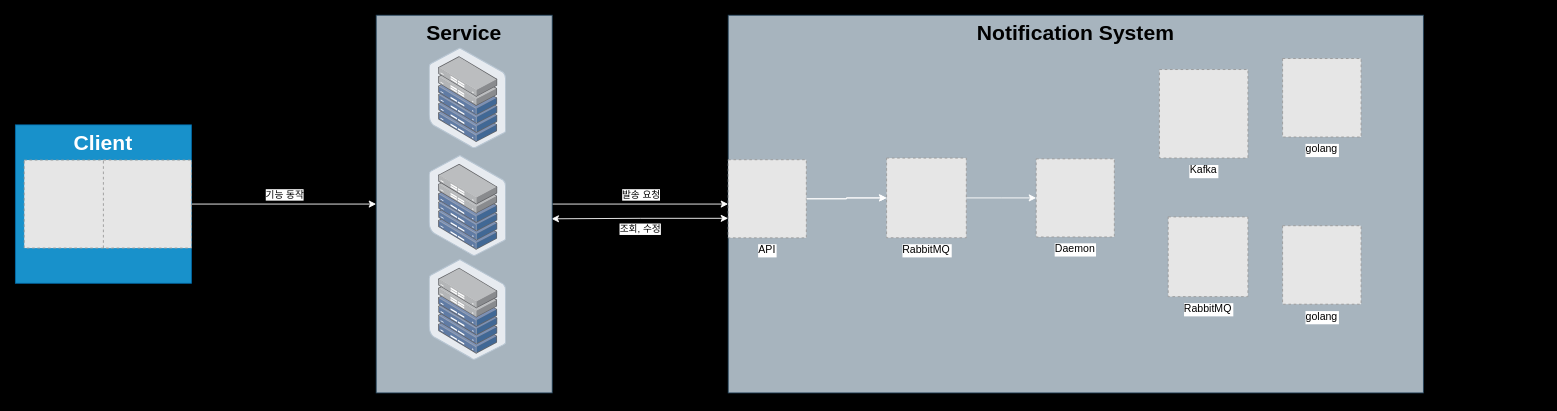
The draw.io diagram page "Page-1" (1 of 2) of architecture/notification.drawio in TreeStone94/drawio, before the edit. Source tidied: cells renumbered, new cells numbered last; positions are measured from the earlier drawing's top-left corner, leaving out a move shared by most shapes. Both pictures are drawn from the tidied source at 88%, with x=0, y=0 at pixel (15, 15). Pictures stored in the file or linked from it are replaced by grey dashed boxes.
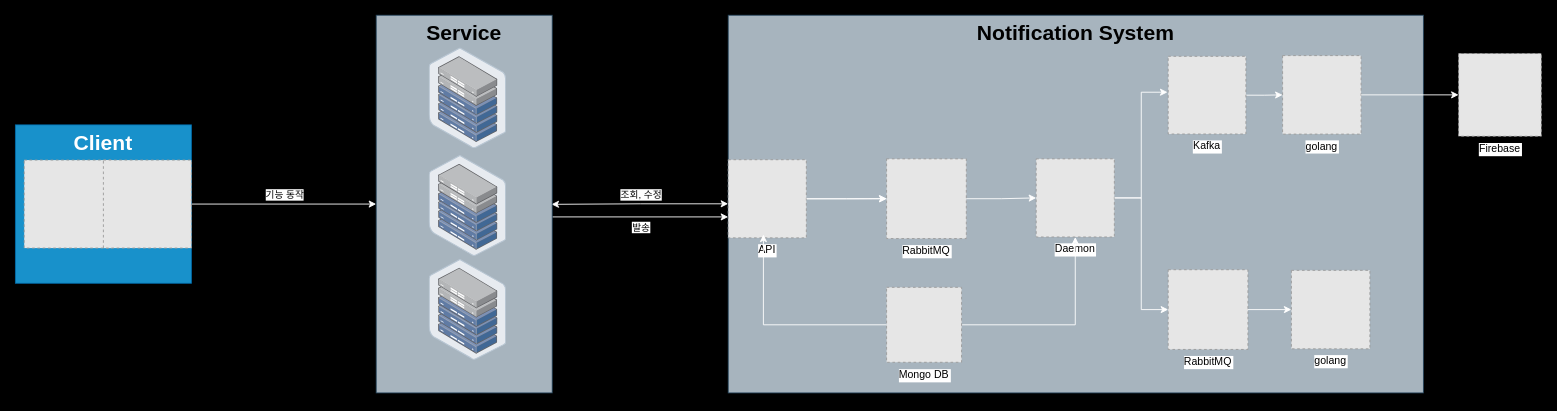
Above is the later version.

Unchanged cells that the change refers to:
```xml
<mxCell id="11" value="https://blog.kakaocdn.net/dn/cBkKPC/btsGML2Pf9y/DmDvQns1Tja5TuEcNVext1/img.png" style="group;" parent="1" vertex="1">
  <mxGeometry x="810" y="-0.2" width="790" height="429.2" as="geometry" />
</mxCell>
<mxCell id="12" value="&lt;h1 style=&quot;margin-top: 0px;&quot;&gt;Notification System&lt;/h1&gt;" style="text;html=1;whiteSpace=wrap;overflow=hidden;rounded=0;fillColor=#bac8d3;strokeColor=#23445d;opacity=90;align=center;" parent="11" vertex="1">
  <mxGeometry width="790" height="429.2" as="geometry" />
</mxCell>
<mxCell id="16" value="API" style="fillColor=#E6E6E6;strokeColor=#999999;dashed=1;verticalLabelPosition=bottom;labelBackgroundColor=default;verticalAlign=top;" parent="11" vertex="1">
  <mxGeometry y="164.2" width="88.8" height="88.8" as="geometry" />
</mxCell>
<mxCell id="17" value="Daemon" style="fillColor=#E6E6E6;strokeColor=#999999;dashed=1;verticalLabelPosition=bottom;labelBackgroundColor=default;verticalAlign=top;" parent="11" vertex="1">
  <mxGeometry x="350" y="163.2" width="88.8" height="88.8" as="geometry" />
</mxCell>
<mxCell id="24" value="&lt;h1 style=&quot;margin-top: 0px;&quot;&gt;Service&lt;/h1&gt;" style="text;html=1;whiteSpace=wrap;overflow=hidden;rounded=0;fillColor=#bac8d3;strokeColor=#23445d;opacity=90;align=center;" parent="23" vertex="1">
  <mxGeometry width="200" height="429.2" as="geometry" />
</mxCell>
```

Diff of the diagram source:
```diff
@@
-    <mxCell id="7" style="rounded=0;jettySize=auto;html=1;strokeColor=#FFFFFF;" parent="1" edge="1" source="24" target="12">
-      <mxGeometry relative="1" as="geometry" />
+    <mxCell id="7" style="rounded=0;orthogonalLoop=1;jettySize=auto;html=1;strokeColor=#FFFFFF;" parent="1" edge="1">
+      <mxGeometry relative="1" as="geometry">
+        <mxPoint x="610" y="229" as="sourcePoint" />
+        <mxPoint x="810" y="229" as="targetPoint" />
+      </mxGeometry>
     </mxCell>
-    <mxCell id="8" value="발송 요청" style="edgeLabel;html=1;align=center;verticalAlign=middle;" parent="7" vertex="1">
+    <mxCell id="8" value="발송" style="edgeLabel;html=1;align=center;verticalAlign=middle;" parent="7" vertex="1">
       <mxGeometry relative="1" as="geometry">
-        <mxPoint y="-11" as="offset" />
+        <mxPoint y="11" as="offset" />
       </mxGeometry>
     </mxCell>
-    <mxCell id="9" style="edgeStyle=orthogonalEdgeStyle;rounded=0;jettySize=auto;html=1;exitX=0;exitY=0.75;exitDx=0;exitDy=0;entryX=0.996;entryY=0.539;entryDx=0;entryDy=0;entryPerimeter=0;strokeColor=#FFFFFF;endArrow=classic;endFill=1;startArrow=classic;startFill=1;" parent="1" edge="1" source="16" target="24">
-      <mxGeometry relative="1" as="geometry" />
+    <mxCell id="9" style="edgeStyle=orthogonalEdgeStyle;rounded=0;orthogonalLoop=1;jettySize=auto;html=1;exitX=0;exitY=0.75;exitDx=0;exitDy=0;entryX=0.996;entryY=0.539;entryDx=0;entryDy=0;entryPerimeter=0;strokeColor=#FFFFFF;endArrow=classic;endFill=1;startArrow=classic;startFill=1;" parent="1" edge="1">
+      <mxGeometry relative="1" as="geometry">
+        <mxPoint x="810" y="214.1" as="sourcePoint" />
+        <mxPoint x="609.2" y="214.7" as="targetPoint" />
+        <Array as="points">
+          <mxPoint x="710" y="214.6" />
+        </Array>
+      </mxGeometry>
     </mxCell>
     <mxCell id="10" value="조회, 수정" style="edgeLabel;html=1;align=center;verticalAlign=middle;" parent="9" vertex="1">
       <mxGeometry relative="1" as="geometry">
-        <mxPoint y="11" as="offset" />
+        <mxPoint y="-11" as="offset" />
       </mxGeometry>
     </mxCell>
@@
     <mxCell id="14" value="RabbitMQ" style="fillColor=#E6E6E6;strokeColor=#999999;dashed=1;verticalLabelPosition=bottom;labelBackgroundColor=#ffffff;verticalAlign=top;" parent="11" vertex="1">
-      <mxGeometry x="180" y="162.3" width="90.6" height="90.6" as="geometry" />
+      <mxGeometry x="180" y="163.2" width="90.6" height="90.6" as="geometry" />
     </mxCell>
@@
+    <mxCell id="28" style="edgeStyle=orthogonalEdgeStyle;rounded=0;jettySize=auto;html=1;exitX=1;exitY=0.5;exitDx=0;exitDy=0;entryX=0;entryY=0.5;entryDx=0;entryDy=0;strokeColor=#FFFFFF;" parent="11" edge="1" source="17" target="20">
+      <mxGeometry relative="1" as="geometry" />
+    </mxCell>
@@
     <mxCell id="19" value="golang" style="fillColor=#E6E6E6;strokeColor=#999999;dashed=1;verticalLabelPosition=bottom;labelBackgroundColor=default;verticalAlign=top;" parent="11" vertex="1">
-      <mxGeometry x="630" y="49.2" width="89.2" height="89.2" as="geometry" />
+      <mxGeometry x="630" y="45.9" width="89.2" height="89.2" as="geometry" />
     </mxCell>
+    <mxCell id="29" style="edgeStyle=orthogonalEdgeStyle;rounded=0;jettySize=auto;html=1;exitX=1;exitY=0.5;exitDx=0;exitDy=0;strokeColor=#FFFFFF;" parent="11" edge="1" source="20" target="21">
+      <mxGeometry relative="1" as="geometry" />
+    </mxCell>
     <mxCell id="20" value="RabbitMQ" style="fillColor=#E6E6E6;strokeColor=#999999;dashed=1;verticalLabelPosition=bottom;labelBackgroundColor=#ffffff;verticalAlign=top;" parent="11" vertex="1">
-      <mxGeometry x="500" y="229.2" width="90.6" height="90.6" as="geometry" />
+      <mxGeometry x="500" y="289.2" width="90.6" height="90.6" as="geometry" />
     </mxCell>
     <mxCell id="21" value="golang" style="fillColor=#E6E6E6;strokeColor=#999999;dashed=1;verticalLabelPosition=bottom;labelBackgroundColor=default;verticalAlign=top;" parent="11" vertex="1">
-      <mxGeometry x="630" y="239.2" width="89.2" height="89.2" as="geometry" />
+      <mxGeometry x="640" y="289.9" width="89.2" height="89.2" as="geometry" />
     </mxCell>
+    <mxCell id="30" style="edgeStyle=orthogonalEdgeStyle;rounded=0;jettySize=auto;html=1;exitX=1;exitY=0.5;exitDx=0;exitDy=0;strokeColor=#FFFFFF;" parent="11" edge="1" source="22" target="19">
+      <mxGeometry relative="1" as="geometry" />
+    </mxCell>
     <mxCell id="22" value="Kafka" style="fillColor=#E6E6E6;strokeColor=#999999;dashed=1;verticalLabelPosition=bottom;labelBackgroundColor=default;verticalAlign=top;" parent="11" vertex="1">
-      <mxGeometry x="490" y="61.7" width="100.6" height="100.6" as="geometry" />
+      <mxGeometry x="500" y="46.7" width="88.3" height="88.3" as="geometry" />
     </mxCell>
+    <mxCell id="31" style="edgeStyle=orthogonalEdgeStyle;rounded=0;jettySize=auto;html=1;entryX=-0.009;entryY=0.462;entryDx=0;entryDy=0;entryPerimeter=0;strokeColor=#FFFFFF;" parent="11" edge="1" source="17" target="22">
+      <mxGeometry relative="1" as="geometry" />
+    </mxCell>
+    <mxCell id="32" style="edgeStyle=orthogonalEdgeStyle;rounded=0;jettySize=auto;html=1;exitX=1;exitY=0.5;exitDx=0;exitDy=0;strokeColor=#FFFFFF;" parent="11" edge="1" source="33" target="17">
+      <mxGeometry relative="1" as="geometry" />
+    </mxCell>
+    <mxCell id="33" value="Mongo DB" style="fillColor=#E6E6E6;strokeColor=#999999;dashed=1;verticalLabelPosition=bottom;labelBackgroundColor=default;verticalAlign=top;" parent="11" vertex="1">
+      <mxGeometry x="180" y="309.2" width="85.2" height="85.2" as="geometry" />
+    </mxCell>
+    <mxCell id="34" style="edgeStyle=orthogonalEdgeStyle;rounded=0;jettySize=auto;html=1;exitX=0;exitY=0.5;exitDx=0;exitDy=0;entryX=0.451;entryY=0.958;entryDx=0;entryDy=0;entryPerimeter=0;strokeColor=#FFFFFF;" parent="11" edge="1" source="33" target="16">
+      <mxGeometry relative="1" as="geometry" />
+    </mxCell>
@@
+    <mxCell id="35" value="Firebase" style="fillColor=#E6E6E6;strokeColor=#999999;dashed=1;verticalLabelPosition=bottom;labelBackgroundColor=default;verticalAlign=top;" parent="1" vertex="1">
+      <mxGeometry x="1640" y="43.3" width="94" height="94" as="geometry" />
+    </mxCell>
+    <mxCell id="36" style="edgeStyle=orthogonalEdgeStyle;rounded=0;jettySize=auto;html=1;exitX=1;exitY=0.5;exitDx=0;exitDy=0;fontColor=#FFFFFF;strokeColor=#FFFFFF;" parent="1" edge="1" source="19" target="35">
+      <mxGeometry relative="1" as="geometry" />
+    </mxCell>
```
